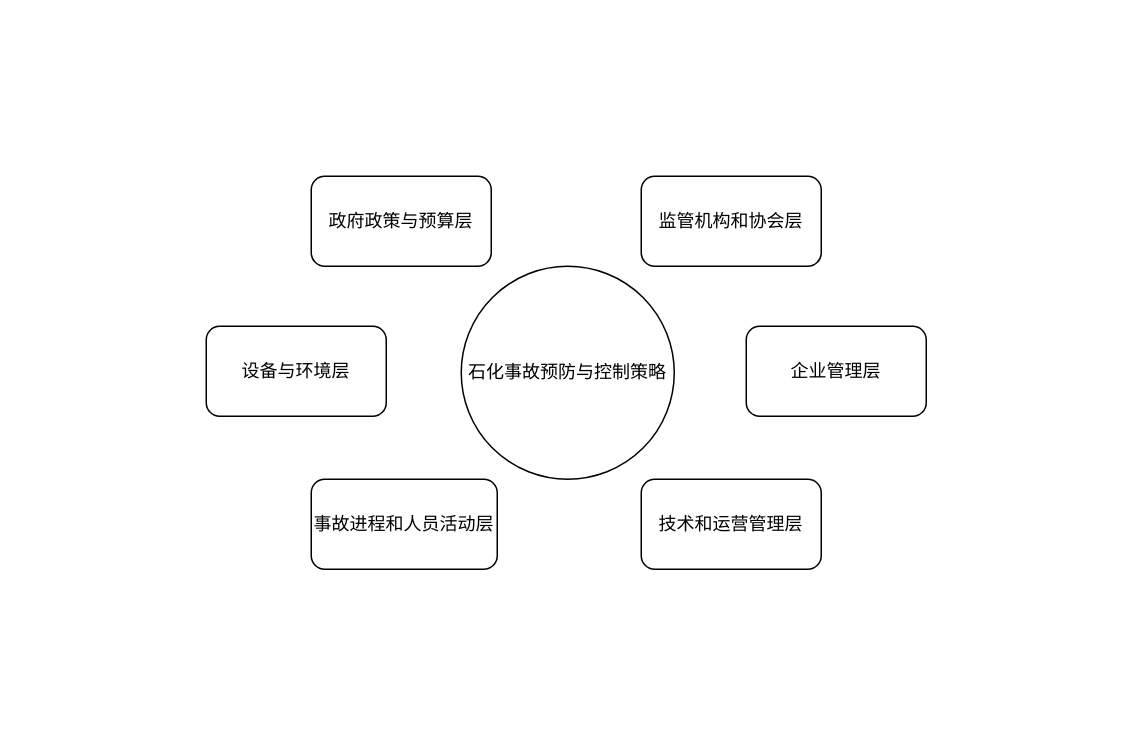
Before: 石化事故预防对策.drawio in fangjiarong/docs, a draw.io diagram. Source tidied: cells renumbered, new cells numbered last; positions are measured from the earlier drawing's top-left corner, leaving out a move shared by most shapes. Both pictures are drawn from the tidied source at 150%, with x=0, y=0 at pixel (206, 176).
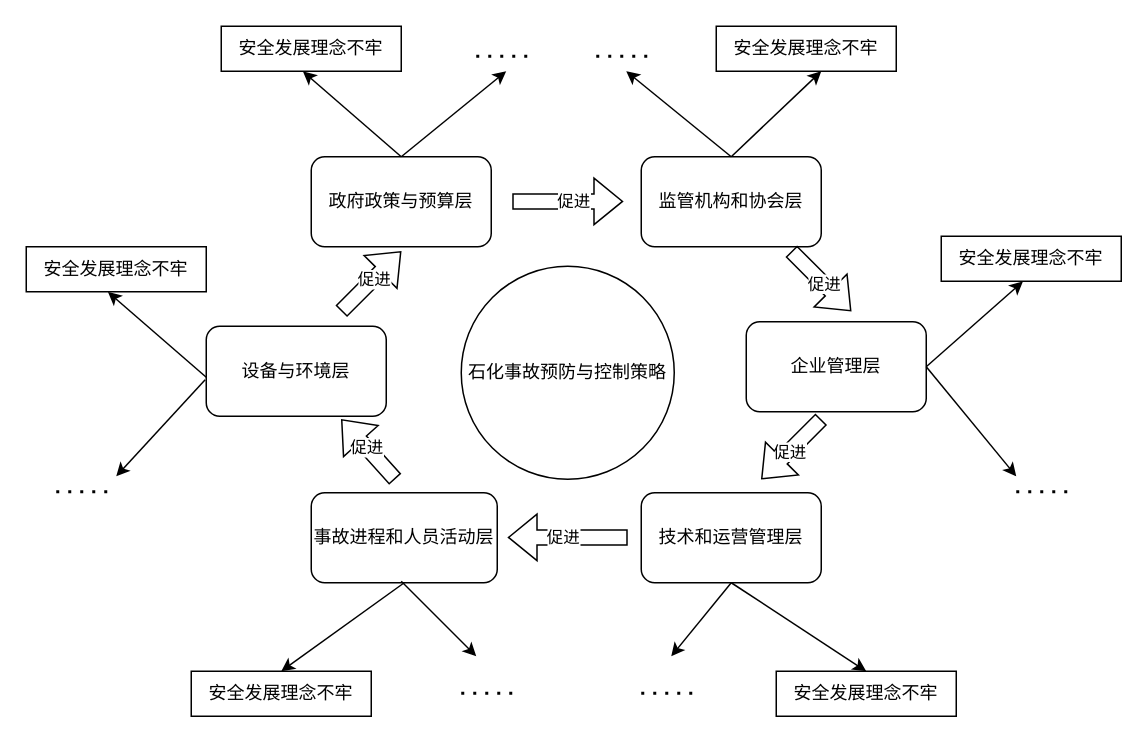
After the change.

Commit message (it also covers changes not shown here):
更新石化事故预防对策.drawio

Change to the diagram source:
```diff
@@
+    <mxCell id="9" style="shape=flexArrow;endArrow=block;html=1;rounded=0;strokeWidth=1;targetPerimeterSpacing=0;" parent="1" edge="1">
+      <mxGeometry relative="1" as="geometry">
+        <mxPoint x="204" y="16.8" as="sourcePoint" />
+        <mxPoint x="278" y="16.8" as="targetPoint" />
+      </mxGeometry>
+    </mxCell>
+    <mxCell id="10" value="促进" style="edgeLabel;html=1;align=center;verticalAlign=middle;" parent="9" vertex="1">
+      <mxGeometry x="0.09" relative="1" as="geometry" />
+    </mxCell>
+    <mxCell id="11" style="shape=flexArrow;endArrow=block;html=1;rounded=0;strokeWidth=1;targetPerimeterSpacing=0;" parent="1" edge="1">
+      <mxGeometry relative="1" as="geometry">
+        <mxPoint x="281" y="240.8" as="sourcePoint" />
+        <mxPoint x="201" y="240.8" as="targetPoint" />
+      </mxGeometry>
+    </mxCell>
+    <mxCell id="12" value="促进" style="edgeLabel;html=1;align=center;verticalAlign=middle;" parent="11" vertex="1">
+      <mxGeometry x="0.09" relative="1" as="geometry" />
+    </mxCell>
+    <mxCell id="13" style="shape=flexArrow;endArrow=block;html=1;rounded=0;strokeWidth=1;targetPerimeterSpacing=0;" parent="1" edge="1">
+      <mxGeometry relative="1" as="geometry">
+        <mxPoint x="126" y="202" as="sourcePoint" />
+        <mxPoint x="90" y="162" as="targetPoint" />
+      </mxGeometry>
+    </mxCell>
+    <mxCell id="14" value="促进" style="edgeLabel;html=1;align=center;verticalAlign=middle;" parent="13" vertex="1">
+      <mxGeometry x="0.09" relative="1" as="geometry" />
+    </mxCell>
+    <mxCell id="15" style="shape=flexArrow;endArrow=block;html=1;rounded=0;strokeWidth=1;targetPerimeterSpacing=0;" parent="1" edge="1">
+      <mxGeometry relative="1" as="geometry">
+        <mxPoint x="90" y="90" as="sourcePoint" />
+        <mxPoint x="130" y="50" as="targetPoint" />
+      </mxGeometry>
+    </mxCell>
+    <mxCell id="16" value="促进" style="edgeLabel;html=1;align=center;verticalAlign=middle;" parent="15" vertex="1">
+      <mxGeometry x="0.09" relative="1" as="geometry" />
+    </mxCell>
+    <mxCell id="6" value="设备与环境层" style="rounded=1;whiteSpace=wrap;html=1;" parent="1" vertex="1">
+      <mxGeometry y="100" width="120" height="60" as="geometry" />
+    </mxCell>
+    <mxCell id="7" value="企业管理层" style="rounded=1;whiteSpace=wrap;html=1;" parent="1" vertex="1">
+      <mxGeometry x="360" y="97" width="120" height="60" as="geometry" />
+    </mxCell>
     <mxCell id="3" value="政府政策与预算层" style="rounded=1;whiteSpace=wrap;html=1;" parent="1" vertex="1">
-      <mxGeometry x="70" width="120" height="60" as="geometry" />
+      <mxGeometry x="70" y="-13" width="120" height="60" as="geometry" />
     </mxCell>
     <mxCell id="4" value="技术和运营管理层" style="rounded=1;whiteSpace=wrap;html=1;" parent="1" vertex="1">
-      <mxGeometry x="290" y="202" width="120" height="60" as="geometry" />
+      <mxGeometry x="290" y="211" width="120" height="60" as="geometry" />
     </mxCell>
     <mxCell id="5" value="事故进程和人员活动层" style="rounded=1;whiteSpace=wrap;html=1;" parent="1" vertex="1">
-      <mxGeometry x="70" y="202" width="124" height="60" as="geometry" />
+      <mxGeometry x="70" y="211" width="124" height="60" as="geometry" />
     </mxCell>
-    <mxCell id="6" value="设备与环境层" style="rounded=1;whiteSpace=wrap;html=1;" parent="1" vertex="1">
-      <mxGeometry y="100" width="120" height="60" as="geometry" />
-    </mxCell>
-    <mxCell id="7" value="企业管理层" style="rounded=1;whiteSpace=wrap;html=1;" parent="1" vertex="1">
-      <mxGeometry x="360" y="100" width="120" height="60" as="geometry" />
-    </mxCell>
     <mxCell id="8" value="监管机构和协会层" style="rounded=1;whiteSpace=wrap;html=1;" parent="1" vertex="1">
-      <mxGeometry x="290" width="120" height="60" as="geometry" />
+      <mxGeometry x="290" y="-13" width="120" height="60" as="geometry" />
     </mxCell>
+    <mxCell id="17" style="shape=flexArrow;endArrow=block;html=1;rounded=0;strokeWidth=1;targetPerimeterSpacing=0;" parent="1" edge="1">
+      <mxGeometry relative="1" as="geometry">
+        <mxPoint x="390" y="50" as="sourcePoint" />
+        <mxPoint x="430" y="90" as="targetPoint" />
+      </mxGeometry>
+    </mxCell>
+    <mxCell id="18" value="促进" style="edgeLabel;html=1;align=center;verticalAlign=middle;" parent="17" vertex="1">
+      <mxGeometry x="0.09" relative="1" as="geometry" />
+    </mxCell>
+    <mxCell id="19" style="shape=flexArrow;endArrow=block;html=1;rounded=0;strokeWidth=1;targetPerimeterSpacing=0;" parent="1" edge="1">
+      <mxGeometry relative="1" as="geometry">
+        <mxPoint x="410" y="162" as="sourcePoint" />
+        <mxPoint x="370" y="202" as="targetPoint" />
+      </mxGeometry>
+    </mxCell>
+    <mxCell id="20" value="促进" style="edgeLabel;html=1;align=center;verticalAlign=middle;" parent="19" vertex="1">
+      <mxGeometry x="0.09" relative="1" as="geometry" />
+    </mxCell>
+    <mxCell id="21" value="安全发展理念不牢" style="rounded=0;whiteSpace=wrap;html=1;" parent="1" vertex="1">
+      <mxGeometry x="10" y="-100" width="120" height="30" as="geometry" />
+    </mxCell>
+    <mxCell id="22" style="endArrow=classic;html=1;rounded=0;entryX=0.454;entryY=1.005;entryDx=0;entryDy=0;entryPerimeter=0;exitX=0.5;exitY=0;exitDx=0;exitDy=0;" parent="1" edge="1" source="3" target="21">
+      <mxGeometry relative="1" as="geometry" />
+    </mxCell>
+    <mxCell id="23" style="endArrow=classic;html=1;rounded=0;exitX=0.5;exitY=0;exitDx=0;exitDy=0;" parent="1" edge="1" source="3">
+      <mxGeometry relative="1" as="geometry">
+        <mxPoint x="200" y="-70" as="targetPoint" />
+      </mxGeometry>
+    </mxCell>
+    <mxCell id="24" style="endArrow=classic;html=1;rounded=0;exitX=0.5;exitY=0;exitDx=0;exitDy=0;" parent="1" edge="1">
+      <mxGeometry relative="1" as="geometry">
+        <mxPoint x="350" y="-13" as="sourcePoint" />
+        <mxPoint x="410" y="-70" as="targetPoint" />
+      </mxGeometry>
+    </mxCell>
+    <mxCell id="25" value="安全发展理念不牢" style="rounded=0;whiteSpace=wrap;html=1;" parent="1" vertex="1">
+      <mxGeometry x="-120" y="47" width="120" height="30" as="geometry" />
+    </mxCell>
+    <mxCell id="26" style="endArrow=classic;html=1;rounded=0;entryX=0.454;entryY=1.005;entryDx=0;entryDy=0;entryPerimeter=0;exitX=0.5;exitY=0;exitDx=0;exitDy=0;" parent="1" edge="1" target="25">
+      <mxGeometry relative="1" as="geometry">
+        <mxPoint y="134" as="sourcePoint" />
+      </mxGeometry>
+    </mxCell>
+    <mxCell id="27" value="安全发展理念不牢" style="rounded=0;whiteSpace=wrap;html=1;" parent="1" vertex="1">
+      <mxGeometry x="-10" y="330" width="120" height="30" as="geometry" />
+    </mxCell>
+    <mxCell id="28" style="endArrow=classic;html=1;rounded=0;entryX=0.5;entryY=0;entryDx=0;entryDy=0;exitX=0.5;exitY=1;exitDx=0;exitDy=0;" parent="1" edge="1" source="5" target="27">
+      <mxGeometry relative="1" as="geometry" />
+    </mxCell>
+    <mxCell id="29" value="安全发展理念不牢" style="rounded=0;whiteSpace=wrap;html=1;" parent="1" vertex="1">
+      <mxGeometry x="380" y="330" width="120" height="30" as="geometry" />
+    </mxCell>
+    <mxCell id="30" style="endArrow=classic;html=1;rounded=0;entryX=0.5;entryY=0;entryDx=0;entryDy=0;exitX=0.5;exitY=1;exitDx=0;exitDy=0;" parent="1" edge="1" source="4" target="29">
+      <mxGeometry relative="1" as="geometry" />
+    </mxCell>
+    <mxCell id="31" value="安全发展理念不牢" style="rounded=0;whiteSpace=wrap;html=1;" parent="1" vertex="1">
+      <mxGeometry x="490" y="40" width="120" height="30" as="geometry" />
+    </mxCell>
+    <mxCell id="32" style="endArrow=classic;html=1;rounded=0;entryX=0.454;entryY=1.005;entryDx=0;entryDy=0;entryPerimeter=0;exitX=1;exitY=0.5;exitDx=0;exitDy=0;" parent="1" edge="1" source="7" target="31">
+      <mxGeometry relative="1" as="geometry" />
+    </mxCell>
+    <mxCell id="33" value="安全发展理念不牢" style="rounded=0;whiteSpace=wrap;html=1;" parent="1" vertex="1">
+      <mxGeometry x="340" y="-100" width="120" height="30" as="geometry" />
+    </mxCell>
+    <mxCell id="34" style="endArrow=classic;html=1;rounded=0;exitX=-0.006;exitY=0.594;exitDx=0;exitDy=0;exitPerimeter=0;" parent="1" edge="1" source="6">
+      <mxGeometry relative="1" as="geometry">
+        <mxPoint x="-60" y="200" as="targetPoint" />
+      </mxGeometry>
+    </mxCell>
+    <mxCell id="35" style="endArrow=classic;html=1;rounded=0;exitX=1;exitY=0.5;exitDx=0;exitDy=0;" parent="1" edge="1" source="7">
+      <mxGeometry relative="1" as="geometry">
+        <mxPoint x="540" y="200" as="targetPoint" />
+      </mxGeometry>
+    </mxCell>
+    <mxCell id="36" style="endArrow=classic;html=1;rounded=0;" parent="1" edge="1">
+      <mxGeometry relative="1" as="geometry">
+        <mxPoint x="130" y="270" as="sourcePoint" />
+        <mxPoint x="180" y="320" as="targetPoint" />
+      </mxGeometry>
+    </mxCell>
+    <mxCell id="37" style="endArrow=classic;html=1;rounded=0;exitX=0.5;exitY=1;exitDx=0;exitDy=0;" parent="1" edge="1" source="4">
+      <mxGeometry relative="1" as="geometry">
+        <mxPoint x="310" y="320" as="targetPoint" />
+      </mxGeometry>
+    </mxCell>
+    <mxCell id="38" style="endArrow=none;dashed=1;html=1;dashPattern=1 3;strokeWidth=2;rounded=0;" parent="1" edge="1">
+      <mxGeometry relative="1" as="geometry">
+        <mxPoint x="-100" y="210.3" as="sourcePoint" />
+        <mxPoint x="-60" y="210.3" as="targetPoint" />
+      </mxGeometry>
+    </mxCell>
+    <mxCell id="39" style="endArrow=none;dashed=1;html=1;dashPattern=1 3;strokeWidth=2;rounded=0;" parent="1" edge="1">
+      <mxGeometry relative="1" as="geometry">
+        <mxPoint x="170" y="344.7" as="sourcePoint" />
+        <mxPoint x="210" y="344.7" as="targetPoint" />
+      </mxGeometry>
+    </mxCell>
+    <mxCell id="40" style="endArrow=none;dashed=1;html=1;dashPattern=1 3;strokeWidth=2;rounded=0;" parent="1" edge="1">
+      <mxGeometry relative="1" as="geometry">
+        <mxPoint x="290" y="344.7" as="sourcePoint" />
+        <mxPoint x="330" y="344.7" as="targetPoint" />
+      </mxGeometry>
+    </mxCell>
+    <mxCell id="41" style="endArrow=none;dashed=1;html=1;dashPattern=1 3;strokeWidth=2;rounded=0;" parent="1" edge="1">
+      <mxGeometry relative="1" as="geometry">
+        <mxPoint x="540" y="210.3" as="sourcePoint" />
+        <mxPoint x="580" y="210.3" as="targetPoint" />
+      </mxGeometry>
+    </mxCell>
+    <mxCell id="42" style="endArrow=none;dashed=1;html=1;dashPattern=1 3;strokeWidth=2;rounded=0;" parent="1" edge="1">
+      <mxGeometry relative="1" as="geometry">
+        <mxPoint x="260" y="-80" as="sourcePoint" />
+        <mxPoint x="300" y="-80" as="targetPoint" />
+      </mxGeometry>
+    </mxCell>
+    <mxCell id="43" style="endArrow=classic;html=1;rounded=0;exitX=0.5;exitY=0;exitDx=0;exitDy=0;" parent="1" edge="1" source="8">
+      <mxGeometry relative="1" as="geometry">
+        <mxPoint x="280" y="-70" as="targetPoint" />
+      </mxGeometry>
+    </mxCell>
+    <mxCell id="44" style="endArrow=none;dashed=1;html=1;dashPattern=1 3;strokeWidth=2;rounded=0;" parent="1" edge="1">
+      <mxGeometry relative="1" as="geometry">
+        <mxPoint x="180" y="-80" as="sourcePoint" />
+        <mxPoint x="220" y="-80" as="targetPoint" />
+      </mxGeometry>
+    </mxCell>
```
